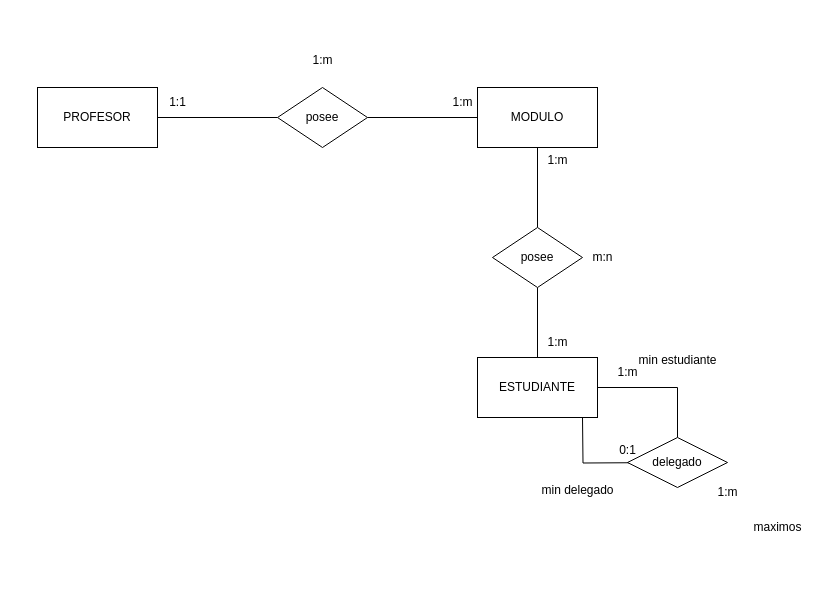
Above: IntitutoacademicoDB.drawio in Mundrack/Base-de-datos (draw.io), before the change. Source tidied: cells renumbered, new cells numbered last; positions are measured from the earlier drawing's top-left corner, leaving out a move shared by most shapes. Both pictures are drawn from the tidied source at 100%, with x=0, y=0 at pixel (37, 45).
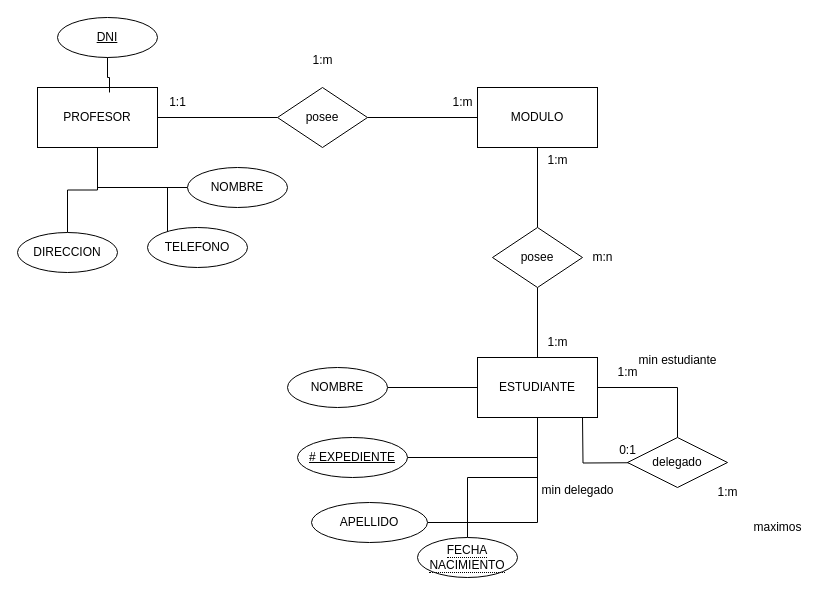
Above is the later version.

Unchanged cells that the change refers to:
```xml
<mxCell id="3" value="PROFESOR" style="rounded=0;whiteSpace=wrap;html=1;" parent="1" vertex="1">
  <mxGeometry y="42" width="120" height="60" as="geometry" />
</mxCell>
<mxCell id="5" value="ESTUDIANTE" style="rounded=0;whiteSpace=wrap;html=1;" parent="1" vertex="1">
  <mxGeometry x="440" y="312" width="120" height="60" as="geometry" />
</mxCell>
```

Change to the diagram source:
```diff
@@
+    <mxCell id="26" value="DNI" style="ellipse;whiteSpace=wrap;html=1;align=center;fontStyle=4;" parent="1" vertex="1">
+      <mxGeometry x="20" y="-28" width="100" height="40" as="geometry" />
+    </mxCell>
+    <mxCell id="27" style="edgeStyle=orthogonalEdgeStyle;rounded=0;jettySize=auto;html=1;endArrow=none;endFill=0;" parent="1" edge="1" source="28" target="5">
+      <mxGeometry relative="1" as="geometry" />
+    </mxCell>
+    <mxCell id="28" value="# EXPEDIENTE" style="ellipse;whiteSpace=wrap;html=1;align=center;fontStyle=4;" parent="1" vertex="1">
+      <mxGeometry x="260" y="392" width="110" height="40" as="geometry" />
+    </mxCell>
+    <mxCell id="29" style="edgeStyle=orthogonalEdgeStyle;rounded=0;jettySize=auto;html=1;entryX=0;entryY=0.5;entryDx=0;entryDy=0;endArrow=none;endFill=0;" parent="1" edge="1" source="30" target="5">
+      <mxGeometry relative="1" as="geometry" />
+    </mxCell>
+    <mxCell id="30" value="NOMBRE" style="ellipse;whiteSpace=wrap;html=1;align=center;" parent="1" vertex="1">
+      <mxGeometry x="250" y="322" width="100" height="40" as="geometry" />
+    </mxCell>
+    <mxCell id="31" style="edgeStyle=orthogonalEdgeStyle;rounded=0;jettySize=auto;html=1;endArrow=none;endFill=0;" parent="1" edge="1" source="32" target="3">
+      <mxGeometry relative="1" as="geometry" />
+    </mxCell>
+    <mxCell id="32" value="NOMBRE" style="ellipse;whiteSpace=wrap;html=1;align=center;" parent="1" vertex="1">
+      <mxGeometry x="150" y="122" width="100" height="40" as="geometry" />
+    </mxCell>
+    <mxCell id="33" style="edgeStyle=orthogonalEdgeStyle;rounded=0;jettySize=auto;html=1;entryX=0.5;entryY=1;entryDx=0;entryDy=0;endArrow=none;endFill=0;" parent="1" edge="1" source="34" target="3">
+      <mxGeometry relative="1" as="geometry" />
+    </mxCell>
+    <mxCell id="34" value="DIRECCION" style="ellipse;whiteSpace=wrap;html=1;align=center;" parent="1" vertex="1">
+      <mxGeometry x="-20" y="187" width="100" height="40" as="geometry" />
+    </mxCell>
+    <mxCell id="35" style="edgeStyle=orthogonalEdgeStyle;rounded=0;jettySize=auto;html=1;endArrow=none;endFill=0;" parent="1" edge="1" source="36" target="5">
+      <mxGeometry relative="1" as="geometry" />
+    </mxCell>
+    <mxCell id="36" value="APELLIDO" style="ellipse;whiteSpace=wrap;html=1;align=center;" parent="1" vertex="1">
+      <mxGeometry x="274" y="457" width="116" height="40" as="geometry" />
+    </mxCell>
+    <mxCell id="37" style="edgeStyle=orthogonalEdgeStyle;rounded=0;jettySize=auto;html=1;entryX=0.5;entryY=1;entryDx=0;entryDy=0;endArrow=none;endFill=0;" parent="1" edge="1" source="38" target="3">
+      <mxGeometry relative="1" as="geometry">
+        <Array as="points">
+          <mxPoint x="130" y="142" />
+          <mxPoint x="60" y="142" />
+        </Array>
+      </mxGeometry>
+    </mxCell>
+    <mxCell id="38" value="TELEFONO" style="ellipse;whiteSpace=wrap;html=1;align=center;" parent="1" vertex="1">
+      <mxGeometry x="110" y="182" width="100" height="40" as="geometry" />
+    </mxCell>
+    <mxCell id="39" style="edgeStyle=orthogonalEdgeStyle;rounded=0;jettySize=auto;html=1;endArrow=none;endFill=0;" parent="1" edge="1" source="40" target="5">
+      <mxGeometry relative="1" as="geometry" />
+    </mxCell>
+    <mxCell id="40" value="&lt;span style=&quot;border-bottom: 1px dotted&quot;&gt;FECHA NACIMIENTO&lt;/span&gt;" style="ellipse;whiteSpace=wrap;html=1;align=center;" parent="1" vertex="1">
+      <mxGeometry x="380" y="492" width="100" height="40" as="geometry" />
+    </mxCell>
+    <mxCell id="41" style="edgeStyle=orthogonalEdgeStyle;rounded=0;jettySize=auto;html=1;entryX=0.6;entryY=0.083;entryDx=0;entryDy=0;entryPerimeter=0;endArrow=none;endFill=0;" parent="1" edge="1" source="26" target="3">
+      <mxGeometry relative="1" as="geometry" />
+    </mxCell>
```
